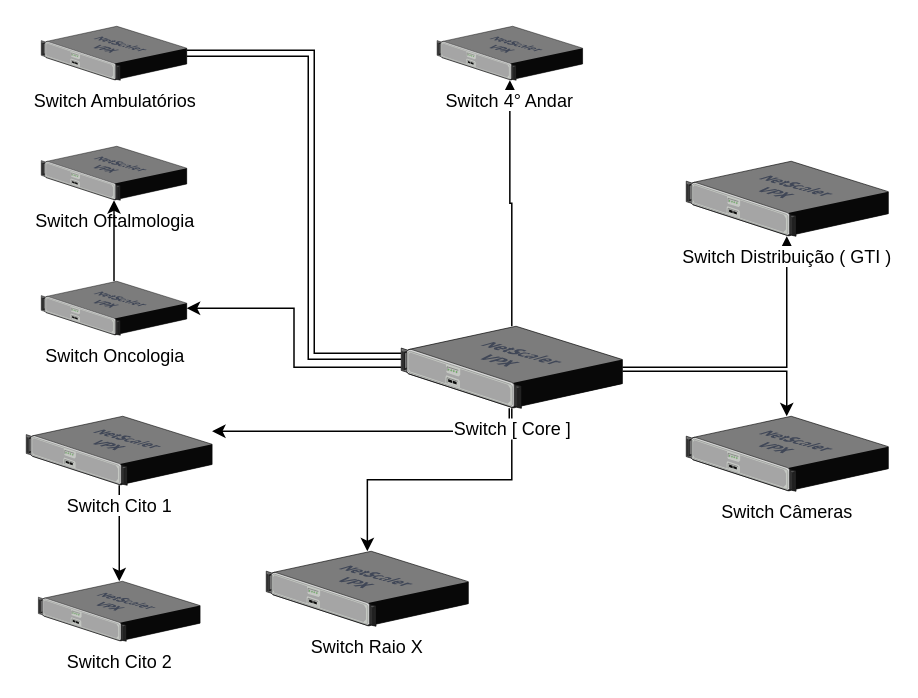
Earlier version of the draw.io diagram Diagrama sem nome.drawio.xml (michaelrmartins/HEAA-Net_Topology). Source tidied: cells renumbered, new cells numbered last; positions are measured from the earlier drawing's top-left corner, leaving out a move shared by most shapes. Both pictures are drawn from the tidied source at 150%, with x=0, y=0 at pixel (26, 26).
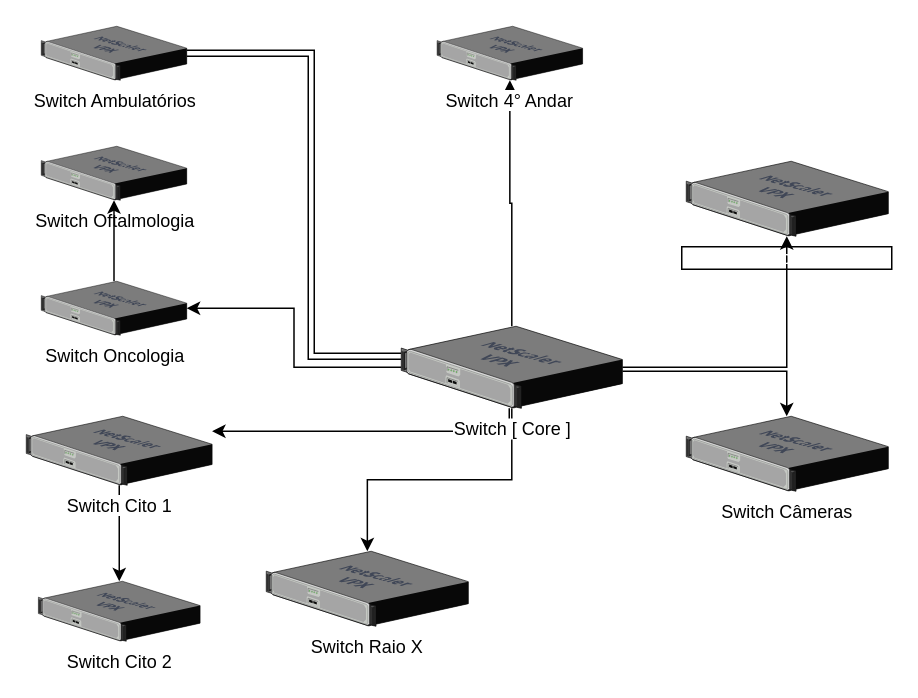
The same diagram, later.

What changed in the source:
```diff
@@
-    <mxCell id="20" value="Switch Distribuição ( GTI )" style="verticalLabelPosition=bottom;sketch=0;html=1;verticalAlign=top;strokeColor=none;align=center;outlineConnect=0;shape=mxgraph.citrix.netscaler_vpx;shadow=0;labelBackgroundColor=#FFFFFF;fillColor=default;" parent="1" vertex="1">
+    <mxCell id="20" value="Switch Distribuição ( GTI )" style="verticalLabelPosition=bottom;sketch=0;html=1;verticalAlign=top;strokeColor=none;align=center;outlineConnect=0;shape=mxgraph.citrix.netscaler_vpx;shadow=0;labelBackgroundColor=none;fillColor=default;labelBorderColor=default;fontColor=#FFFFFF;" parent="1" vertex="1">
       <mxGeometry x="440" y="90" width="134.7" height="50" as="geometry" />
     </mxCell>
```
